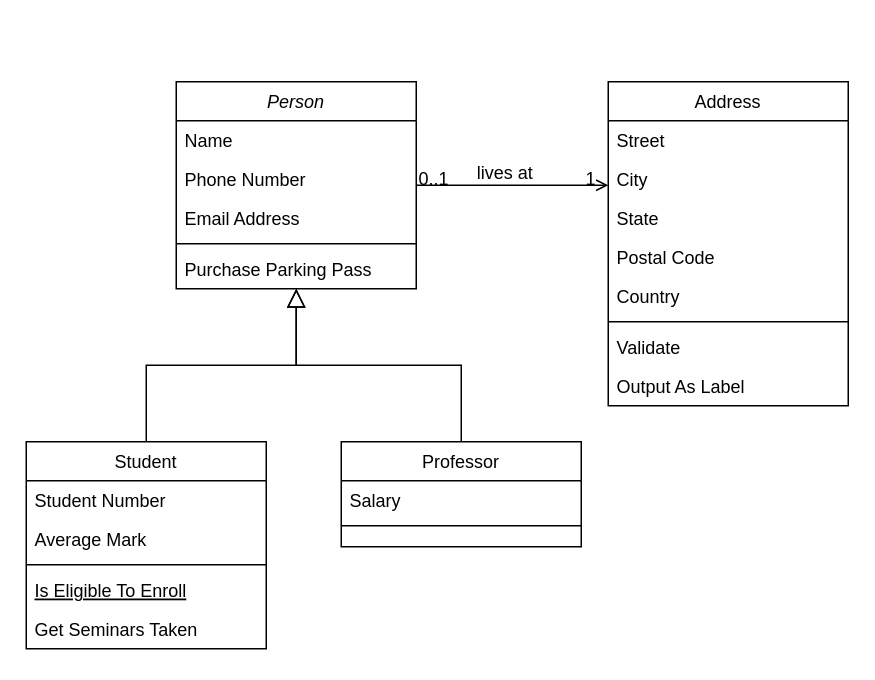
SupWhale/World-Of-Horror keeps this draw.io diagram as world of horror moding.drawio. Above is the earlier version. Source tidied: cells renumbered, new cells numbered last; positions are measured from the earlier drawing's top-left corner, leaving out a move shared by most shapes. Both pictures are drawn from the tidied source at 150%, with x=0, y=0 at pixel (26, 81).
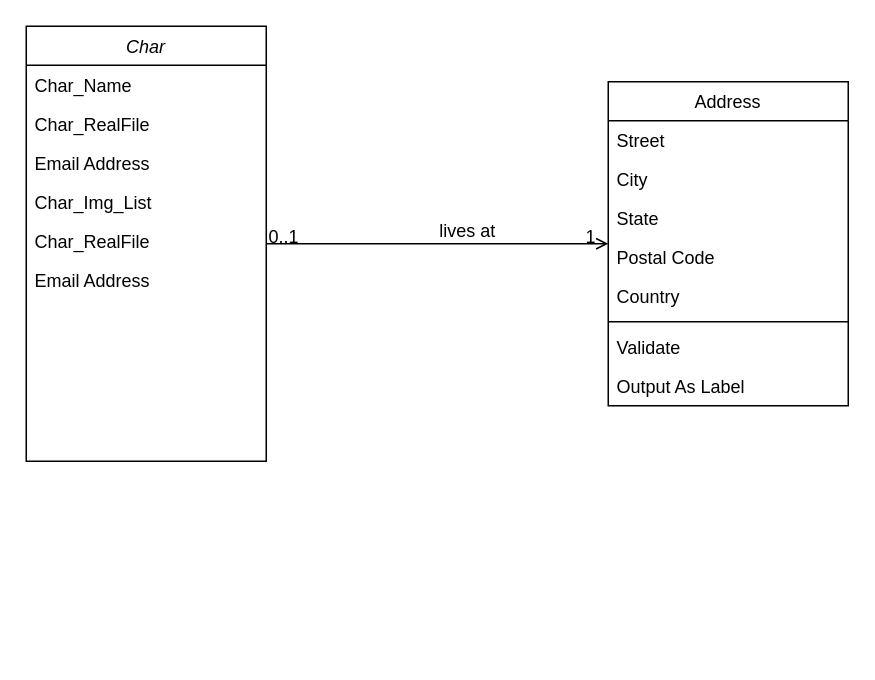
The same diagram, later.

What changed in the source:
```diff
@@
-    <mxCell id="2" value="Person" style="swimlane;fontStyle=2;align=center;verticalAlign=top;horizontal=1;startSize=26;rounded=0;shadow=0;strokeWidth=1;" parent="1" vertex="1">
-      <mxGeometry x="100" width="160" height="138" as="geometry" />
+    <mxCell id="2" value="Char" style="swimlane;fontStyle=2;align=center;verticalAlign=top;horizontal=1;startSize=26;rounded=0;shadow=0;strokeWidth=1;" parent="1" vertex="1">
+      <mxGeometry y="-37" width="160" height="290" as="geometry" />
     </mxCell>
-    <mxCell id="3" value="Name" style="text;align=left;verticalAlign=top;spacingLeft=4;spacingRight=4;overflow=hidden;" parent="2" vertex="1">
+    <mxCell id="3" value="Char_Name   " style="text;align=left;verticalAlign=top;spacingLeft=4;spacingRight=4;overflow=hidden;" parent="2" vertex="1">
       <mxGeometry y="26" width="160" height="26" as="geometry" />
     </mxCell>
-    <mxCell id="4" value="Phone Number" style="text;align=left;verticalAlign=top;spacingLeft=4;spacingRight=4;overflow=hidden;rounded=0;shadow=0;html=0;" parent="2" vertex="1">
+    <mxCell id="4" value="Char_RealFile" style="text;align=left;verticalAlign=top;spacingLeft=4;spacingRight=4;overflow=hidden;rounded=0;shadow=0;html=0;" parent="2" vertex="1">
       <mxGeometry y="52" width="160" height="26" as="geometry" />
     </mxCell>
@@
-    <mxCell id="6" style="line;html=1;strokeWidth=1;align=left;verticalAlign=middle;spacingTop=-1;spacingLeft=3;spacingRight=3;labelPosition=right;" parent="2" vertex="1">
-      <mxGeometry y="104" width="160" height="8" as="geometry" />
-    </mxCell>
-    <mxCell id="7" value="Purchase Parking Pass" style="text;align=left;verticalAlign=top;spacingLeft=4;spacingRight=4;overflow=hidden;" parent="2" vertex="1">
-      <mxGeometry y="112" width="160" height="26" as="geometry" />
-    </mxCell>
-    <mxCell id="8" value="Student" style="swimlane;fontStyle=0;align=center;verticalAlign=top;horizontal=1;startSize=26;rounded=0;shadow=0;strokeWidth=1;" parent="1" vertex="1">
-      <mxGeometry y="240" width="160" height="138" as="geometry" />
-    </mxCell>
-    <mxCell id="9" value="Student Number" style="text;align=left;verticalAlign=top;spacingLeft=4;spacingRight=4;overflow=hidden;" parent="8" vertex="1">
-      <mxGeometry y="26" width="160" height="26" as="geometry" />
-    </mxCell>
-    <mxCell id="10" value="Average Mark" style="text;align=left;verticalAlign=top;spacingLeft=4;spacingRight=4;overflow=hidden;rounded=0;shadow=0;html=0;" parent="8" vertex="1">
-      <mxGeometry y="52" width="160" height="26" as="geometry" />
-    </mxCell>
-    <mxCell id="11" style="line;html=1;strokeWidth=1;align=left;verticalAlign=middle;spacingTop=-1;spacingLeft=3;spacingRight=3;labelPosition=right;" parent="8" vertex="1">
-      <mxGeometry y="78" width="160" height="8" as="geometry" />
-    </mxCell>
-    <mxCell id="12" value="Is Eligible To Enroll" style="text;align=left;verticalAlign=top;spacingLeft=4;spacingRight=4;overflow=hidden;fontStyle=4;" parent="8" vertex="1">
-      <mxGeometry y="86" width="160" height="26" as="geometry" />
-    </mxCell>
-    <mxCell id="13" value="Get Seminars Taken" style="text;align=left;verticalAlign=top;spacingLeft=4;spacingRight=4;overflow=hidden;" parent="8" vertex="1">
-      <mxGeometry y="112" width="160" height="26" as="geometry" />
-    </mxCell>
-    <mxCell id="14" style="endArrow=block;endSize=10;endFill=0;shadow=0;strokeWidth=1;rounded=0;curved=0;edgeStyle=elbowEdgeStyle;elbow=vertical;" parent="1" edge="1" source="8" target="2">
-      <mxGeometry relative="1" as="geometry" />
-    </mxCell>
-    <mxCell id="15" value="Professor" style="swimlane;fontStyle=0;align=center;verticalAlign=top;horizontal=1;startSize=26;rounded=0;shadow=0;strokeWidth=1;" parent="1" vertex="1">
-      <mxGeometry x="210" y="240" width="160" height="70" as="geometry" />
-    </mxCell>
-    <mxCell id="16" value="Salary" style="text;align=left;verticalAlign=top;spacingLeft=4;spacingRight=4;overflow=hidden;" parent="15" vertex="1">
-      <mxGeometry y="26" width="160" height="26" as="geometry" />
-    </mxCell>
-    <mxCell id="17" style="line;html=1;strokeWidth=1;align=left;verticalAlign=middle;spacingTop=-1;spacingLeft=3;spacingRight=3;labelPosition=right;" parent="15" vertex="1">
-      <mxGeometry y="52" width="160" height="8" as="geometry" />
-    </mxCell>
-    <mxCell id="18" style="endArrow=block;endSize=10;endFill=0;shadow=0;strokeWidth=1;rounded=0;curved=0;edgeStyle=elbowEdgeStyle;elbow=vertical;" parent="1" edge="1" source="15" target="2">
-      <mxGeometry relative="1" as="geometry" />
-    </mxCell>
+    <mxCell id="32" value="Char_Img_List " style="text;align=left;verticalAlign=top;spacingLeft=4;spacingRight=4;overflow=hidden;" parent="2" vertex="1">
+      <mxGeometry y="104" width="160" height="26" as="geometry" />
+    </mxCell>
+    <mxCell id="33" value="Char_RealFile" style="text;align=left;verticalAlign=top;spacingLeft=4;spacingRight=4;overflow=hidden;rounded=0;shadow=0;html=0;" parent="2" vertex="1">
+      <mxGeometry y="130" width="160" height="26" as="geometry" />
+    </mxCell>
+    <mxCell id="34" value="Email Address" style="text;align=left;verticalAlign=top;spacingLeft=4;spacingRight=4;overflow=hidden;rounded=0;shadow=0;html=0;" parent="2" vertex="1">
+      <mxGeometry y="156" width="160" height="26" as="geometry" />
+    </mxCell>
```
